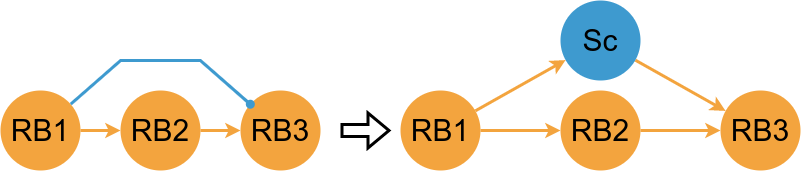
max-talanov/1 keeps this draw.io diagram as Neurotechnologies_and_TRIZ/ResNet.png. Above is the earlier version. Source tidied: cells renumbered, new cells last; positions are measured from the earlier drawing's top-left corner, leaving out a move shared by most shapes.
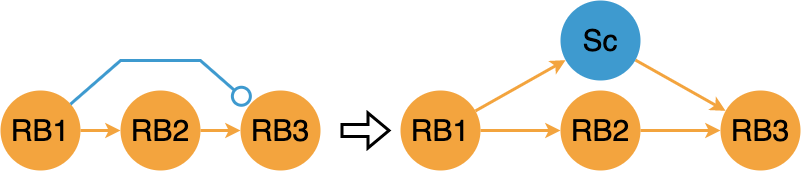
Above is the later version.

Change to the diagram source:
```diff
@@ -47,7 +47,7 @@
     <mxCell id="15" value="RB2" style="ellipse;whiteSpace=wrap;html=1;fontSize=30;strokeColor=none;fillColor=#F3A43E;" parent="1" vertex="1">
       <mxGeometry x="120" y="90" width="80" height="80" as="geometry" />
     </mxCell>
-    <mxCell id="16" style="rounded=0;jettySize=auto;html=1;fontSize=30;strokeColor=#3E9ACF;strokeWidth=3;endArrow=oval;endFill=1;" parent="1" edge="1" source="12" target="13">
+    <mxCell id="16" style="rounded=0;jettySize=auto;html=1;fontSize=30;strokeColor=#3E9ACF;strokeWidth=3;endArrow=circle;endFill=0;" parent="1" edge="1" source="12" target="13">
       <mxGeometry relative="1" as="geometry">
         <Array as="points">
           <mxPoint x="120" y="60" />
```
